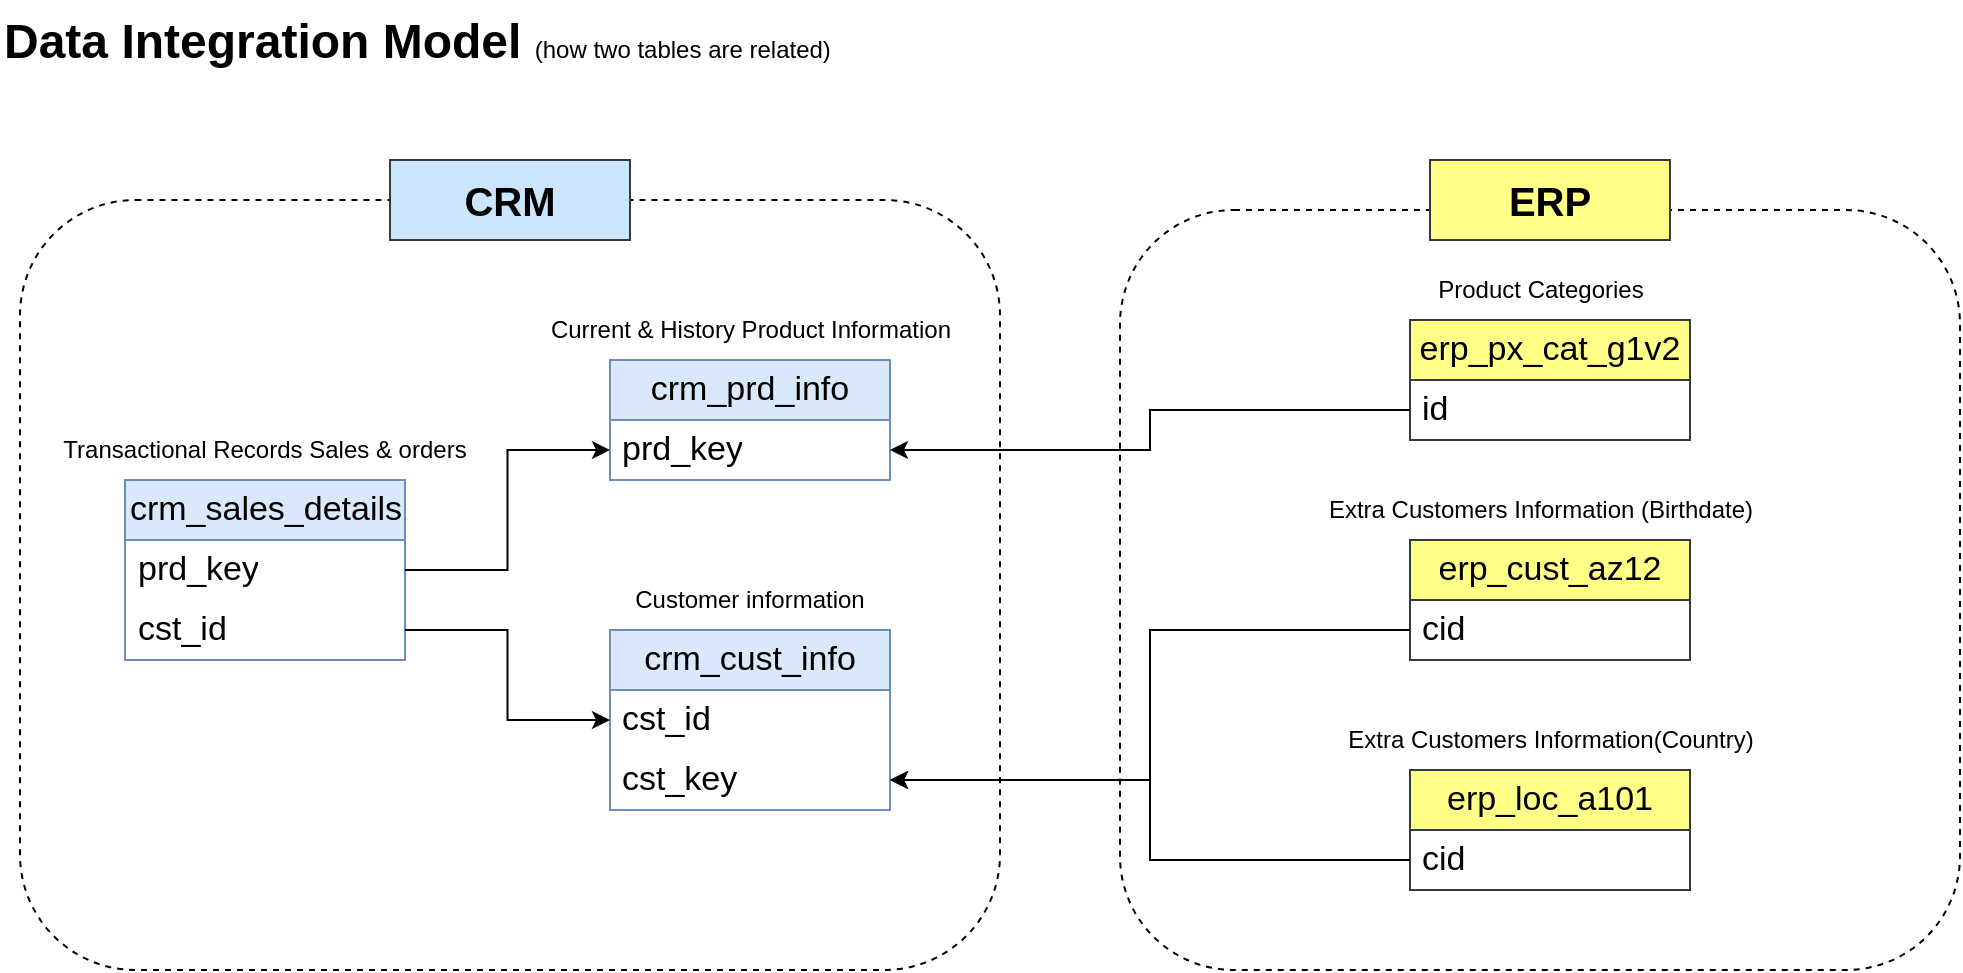
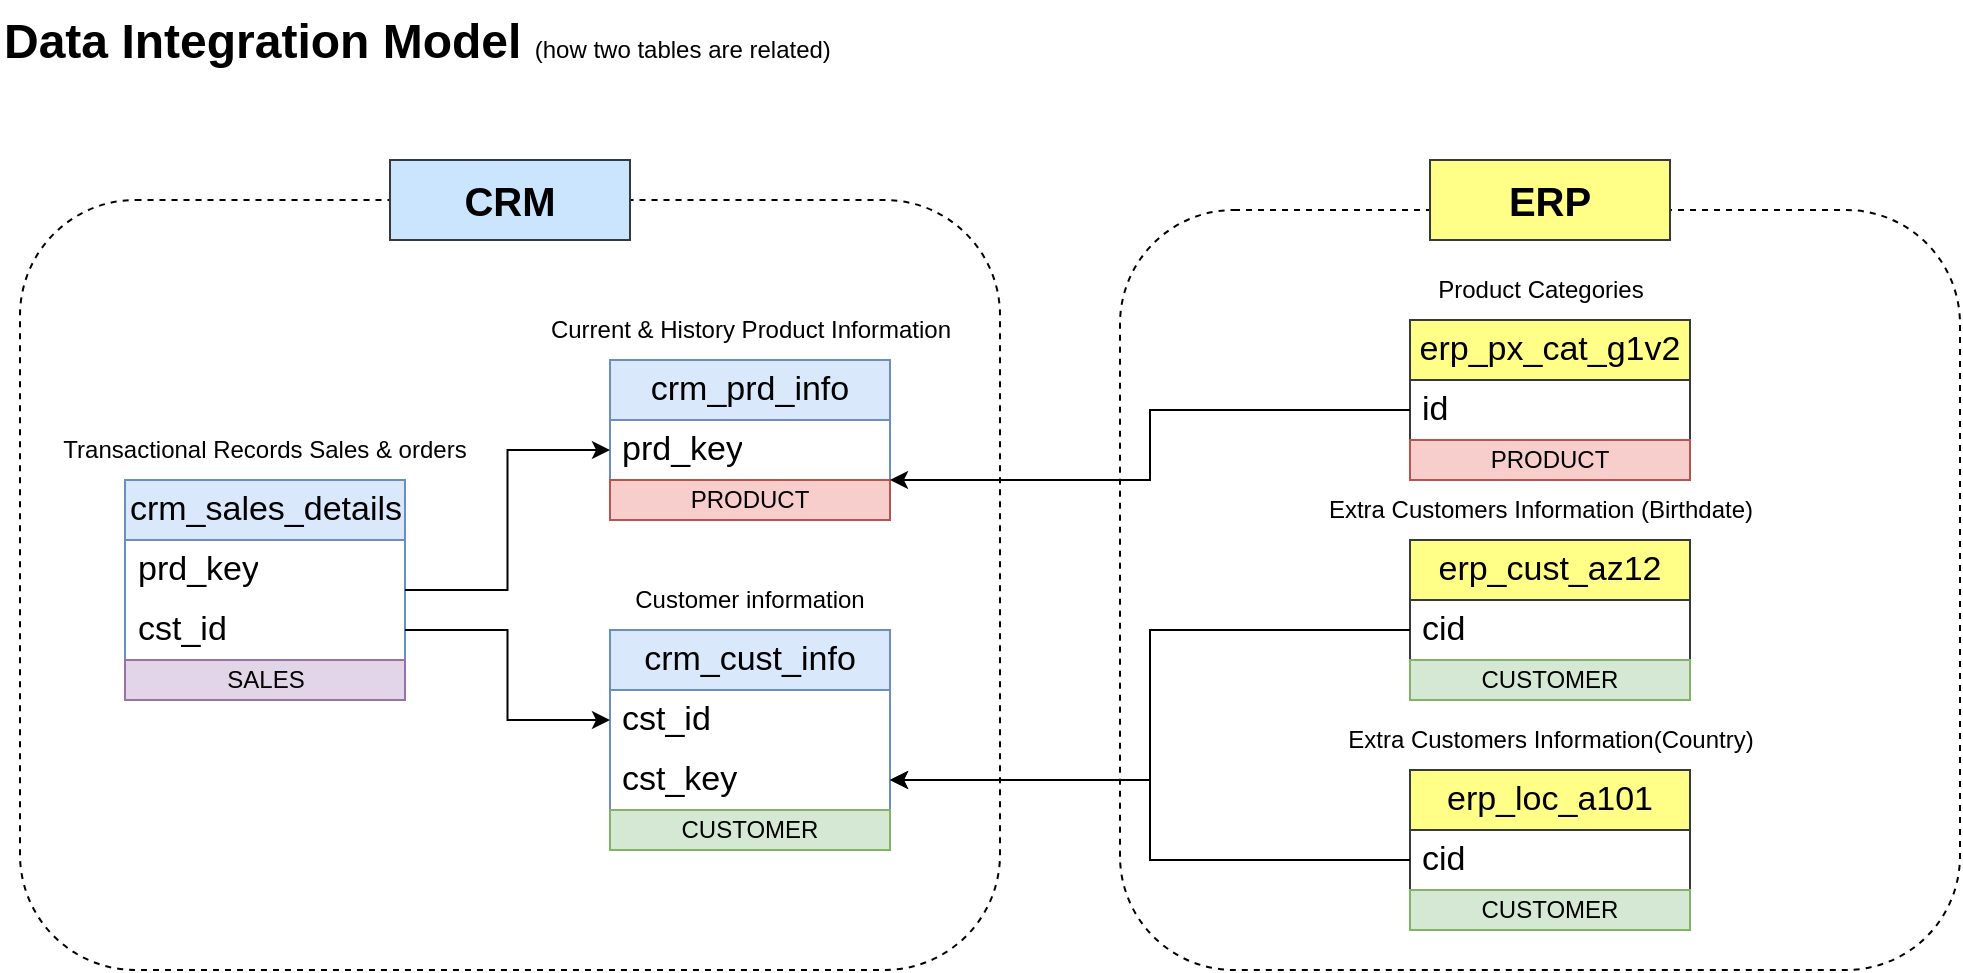
<mxfile host="Electron">
  <diagram name="Page-1" id="11y-1izwtMPqxmLr1ahr">
-     <mxGraphModel dx="1030" dy="634" grid="1" gridSize="10" guides="1" tooltips="1" connect="1" arrows="1" fold="1" page="1" pageScale="1" pageWidth="4681" pageHeight="3300" math="0" shadow="0">
+     <mxGraphModel dx="1018" dy="622" grid="1" gridSize="10" guides="1" tooltips="1" connect="1" arrows="1" fold="1" page="1" pageScale="1" pageWidth="4681" pageHeight="3300" math="0" shadow="0">
      <root>
        <mxCell id="0" />
        <mxCell id="1" parent="0" />
+         <mxCell id="ie8_3-KTdmHoxtUbFFAH-29" parent="1" style="rounded=1;whiteSpace=wrap;html=1;fillColor=none;dashed=1;" value="" vertex="1">
+           <mxGeometry height="385" width="490" x="50" y="130" as="geometry" />
+         </mxCell>
        <mxCell id="ie8_3-KTdmHoxtUbFFAH-31" parent="1" style="rounded=1;whiteSpace=wrap;html=1;fillColor=none;dashed=1;" value="" vertex="1">
          <mxGeometry height="380" width="420" x="600" y="135" as="geometry" />
        </mxCell>
        <mxCell id="ie8_3-KTdmHoxtUbFFAH-1" parent="1" style="text;html=1;overflow=hidden;rounded=0;whiteSpace=wrap;" value="&lt;h1 style=&quot;margin-top: 0px;&quot;&gt;Data Integration Model&amp;nbsp;&lt;span style=&quot;background-color: transparent; color: light-dark(rgb(0, 0, 0), rgb(255, 255, 255)); font-size: 12px; font-weight: normal;&quot;&gt;(how two tables are related)&lt;/span&gt;&lt;/h1&gt;" vertex="1">
          <mxGeometry height="50" width="420" x="40" y="30" as="geometry" />
        </mxCell>
        <mxCell id="ie8_3-KTdmHoxtUbFFAH-2" parent="1" style="swimlane;fontStyle=0;childLayout=stackLayout;horizontal=1;startSize=30;horizontalStack=0;resizeParent=1;resizeParentMax=0;resizeLast=0;collapsible=1;marginBottom=0;whiteSpace=wrap;html=1;fontSize=17;fillColor=#dae8fc;strokeColor=#6c8ebf;" value="crm_cust_info" vertex="1">
-           <mxGeometry height="90" width="140" x="345" y="345" as="geometry" />
+           <mxGeometry height="110" width="140" x="345" y="345" as="geometry" />
        </mxCell>
        <mxCell id="ie8_3-KTdmHoxtUbFFAH-5" parent="ie8_3-KTdmHoxtUbFFAH-2" style="text;strokeColor=none;fillColor=none;align=left;verticalAlign=middle;spacingLeft=4;spacingRight=4;overflow=hidden;points=[[0,0.5],[1,0.5]];portConstraint=eastwest;rotatable=0;whiteSpace=wrap;html=1;fontSize=17;" value="cst_id" vertex="1">
          <mxGeometry height="30" width="140" y="30" as="geometry" />
        </mxCell>
        <mxCell id="ie8_3-KTdmHoxtUbFFAH-19" parent="ie8_3-KTdmHoxtUbFFAH-2" style="text;strokeColor=none;fillColor=none;align=left;verticalAlign=middle;spacingLeft=4;spacingRight=4;overflow=hidden;points=[[0,0.5],[1,0.5]];portConstraint=eastwest;rotatable=0;whiteSpace=wrap;html=1;fontSize=17;" value="cst_key" vertex="1">
          <mxGeometry height="30" width="140" y="60" as="geometry" />
        </mxCell>
+         <mxCell id="lordAoUw4RUoazoxL5Ta-3" parent="ie8_3-KTdmHoxtUbFFAH-2" style="rounded=0;whiteSpace=wrap;html=1;fillColor=#d5e8d4;strokeColor=#82b366;" value="CUSTOMER" vertex="1">
+           <mxGeometry height="20" width="140" y="90" as="geometry" />
+         </mxCell>
        <mxCell id="ie8_3-KTdmHoxtUbFFAH-6" parent="1" style="text;html=1;whiteSpace=wrap;strokeColor=none;fillColor=none;align=center;verticalAlign=middle;rounded=0;" value="Customer information" vertex="1">
          <mxGeometry height="30" width="170" x="330" y="315" as="geometry" />
        </mxCell>
        <mxCell id="ie8_3-KTdmHoxtUbFFAH-7" parent="1" style="swimlane;fontStyle=0;childLayout=stackLayout;horizontal=1;startSize=30;horizontalStack=0;resizeParent=1;resizeParentMax=0;resizeLast=0;collapsible=1;marginBottom=0;whiteSpace=wrap;html=1;fontSize=17;fillColor=#dae8fc;strokeColor=#6c8ebf;" value="crm_prd_info" vertex="1">
-           <mxGeometry height="60" width="140" x="345" y="210" as="geometry" />
+           <mxGeometry height="80" width="140" x="345" y="210" as="geometry" />
        </mxCell>
        <mxCell id="ie8_3-KTdmHoxtUbFFAH-8" parent="ie8_3-KTdmHoxtUbFFAH-7" style="text;strokeColor=none;fillColor=none;align=left;verticalAlign=middle;spacingLeft=4;spacingRight=4;overflow=hidden;points=[[0,0.5],[1,0.5]];portConstraint=eastwest;rotatable=0;whiteSpace=wrap;html=1;fontSize=17;" value="prd_key" vertex="1">
          <mxGeometry height="30" width="140" y="30" as="geometry" />
+         </mxCell>
+         <mxCell id="lordAoUw4RUoazoxL5Ta-1" parent="ie8_3-KTdmHoxtUbFFAH-7" style="rounded=0;whiteSpace=wrap;html=1;fillColor=#f8cecc;strokeColor=#b85450;" value="PRODUCT" vertex="1">
+           <mxGeometry height="20" width="140" y="60" as="geometry" />
        </mxCell>
        <mxCell id="ie8_3-KTdmHoxtUbFFAH-9" parent="1" style="text;html=1;whiteSpace=wrap;strokeColor=none;fillColor=none;align=center;verticalAlign=middle;rounded=0;" value="Current &amp;amp; History Product Information" vertex="1">
          <mxGeometry height="30" width="205" x="312.5" y="180" as="geometry" />
        </mxCell>
        <mxCell id="ie8_3-KTdmHoxtUbFFAH-10" parent="1" style="swimlane;fontStyle=0;childLayout=stackLayout;horizontal=1;startSize=30;horizontalStack=0;resizeParent=1;resizeParentMax=0;resizeLast=0;collapsible=1;marginBottom=0;whiteSpace=wrap;html=1;fontSize=17;fillColor=#dae8fc;strokeColor=#6c8ebf;" value="crm_sales_details" vertex="1">
-           <mxGeometry height="90" width="140" x="102.5" y="270" as="geometry" />
+           <mxGeometry height="110" width="140" x="102.5" y="270" as="geometry" />
        </mxCell>
        <mxCell id="ie8_3-KTdmHoxtUbFFAH-11" parent="ie8_3-KTdmHoxtUbFFAH-10" style="text;strokeColor=none;fillColor=none;align=left;verticalAlign=middle;spacingLeft=4;spacingRight=4;overflow=hidden;points=[[0,0.5],[1,0.5]];portConstraint=eastwest;rotatable=0;whiteSpace=wrap;html=1;fontSize=17;" value="prd_key" vertex="1">
          <mxGeometry height="30" width="140" y="30" as="geometry" />
        </mxCell>
        <mxCell id="ie8_3-KTdmHoxtUbFFAH-13" parent="ie8_3-KTdmHoxtUbFFAH-10" style="text;strokeColor=none;fillColor=none;align=left;verticalAlign=middle;spacingLeft=4;spacingRight=4;overflow=hidden;points=[[0,0.5],[1,0.5]];portConstraint=eastwest;rotatable=0;whiteSpace=wrap;html=1;fontSize=17;" value="cst_id" vertex="1">
          <mxGeometry height="30" width="140" y="60" as="geometry" />
+         </mxCell>
+         <mxCell id="lordAoUw4RUoazoxL5Ta-6" parent="ie8_3-KTdmHoxtUbFFAH-10" style="rounded=0;whiteSpace=wrap;html=1;fillColor=#e1d5e7;strokeColor=#9673a6;" value="SALES" vertex="1">
+           <mxGeometry height="20" width="140" y="90" as="geometry" />
        </mxCell>
        <mxCell id="ie8_3-KTdmHoxtUbFFAH-12" parent="1" style="text;html=1;whiteSpace=wrap;strokeColor=none;fillColor=none;align=center;verticalAlign=middle;rounded=0;" value="Transactional Records Sales &amp;amp; orders" vertex="1">
          <mxGeometry height="30" width="205" x="70" y="240" as="geometry" />
        </mxCell>
        <mxCell id="ie8_3-KTdmHoxtUbFFAH-14" edge="1" parent="1" source="ie8_3-KTdmHoxtUbFFAH-13" style="edgeStyle=orthogonalEdgeStyle;rounded=0;orthogonalLoop=1;jettySize=auto;html=1;entryX=0;entryY=0.5;entryDx=0;entryDy=0;" target="ie8_3-KTdmHoxtUbFFAH-5">
          <mxGeometry relative="1" as="geometry">
            <mxPoint x="310" y="280" as="targetPoint" />
          </mxGeometry>
        </mxCell>
        <mxCell id="ie8_3-KTdmHoxtUbFFAH-15" edge="1" parent="1" source="ie8_3-KTdmHoxtUbFFAH-10" style="edgeStyle=orthogonalEdgeStyle;rounded=0;orthogonalLoop=1;jettySize=auto;html=1;entryX=0;entryY=0.5;entryDx=0;entryDy=0;" target="ie8_3-KTdmHoxtUbFFAH-8">
          <mxGeometry relative="1" as="geometry" />
        </mxCell>
        <mxCell id="ie8_3-KTdmHoxtUbFFAH-16" parent="1" style="swimlane;fontStyle=0;childLayout=stackLayout;horizontal=1;startSize=30;horizontalStack=0;resizeParent=1;resizeParentMax=0;resizeLast=0;collapsible=1;marginBottom=0;whiteSpace=wrap;html=1;fontSize=17;fillColor=#ffff88;strokeColor=#36393d;" value="erp_cust_az12" vertex="1">
-           <mxGeometry height="60" width="140" x="745" y="300" as="geometry" />
+           <mxGeometry height="80" width="140" x="745" y="300" as="geometry" />
        </mxCell>
        <mxCell id="ie8_3-KTdmHoxtUbFFAH-17" parent="ie8_3-KTdmHoxtUbFFAH-16" style="text;align=left;verticalAlign=middle;spacingLeft=4;spacingRight=4;overflow=hidden;points=[[0,0.5],[1,0.5]];portConstraint=eastwest;rotatable=0;whiteSpace=wrap;html=1;fontSize=17;" value="cid" vertex="1">
          <mxGeometry height="30" width="140" y="30" as="geometry" />
+         </mxCell>
+         <mxCell id="lordAoUw4RUoazoxL5Ta-4" parent="ie8_3-KTdmHoxtUbFFAH-16" style="rounded=0;whiteSpace=wrap;html=1;fillColor=#d5e8d4;strokeColor=#82b366;" value="CUSTOMER" vertex="1">
+           <mxGeometry height="20" width="140" y="60" as="geometry" />
        </mxCell>
        <mxCell id="ie8_3-KTdmHoxtUbFFAH-18" parent="1" style="text;html=1;whiteSpace=wrap;strokeColor=none;fillColor=none;align=center;verticalAlign=middle;rounded=0;" value="Extra Customers Information (Birthdate)" vertex="1">
          <mxGeometry height="30" width="215" x="702.5" y="270" as="geometry" />
        </mxCell>
        <mxCell id="ie8_3-KTdmHoxtUbFFAH-20" edge="1" parent="1" source="ie8_3-KTdmHoxtUbFFAH-17" style="edgeStyle=orthogonalEdgeStyle;rounded=0;orthogonalLoop=1;jettySize=auto;html=1;entryX=1;entryY=0.5;entryDx=0;entryDy=0;" target="ie8_3-KTdmHoxtUbFFAH-19">
          <mxGeometry relative="1" as="geometry" />
        </mxCell>
        <mxCell id="ie8_3-KTdmHoxtUbFFAH-21" parent="1" style="swimlane;fontStyle=0;childLayout=stackLayout;horizontal=1;startSize=30;horizontalStack=0;resizeParent=1;resizeParentMax=0;resizeLast=0;collapsible=1;marginBottom=0;whiteSpace=wrap;html=1;fontSize=17;fillColor=#ffff88;strokeColor=#36393d;" value="erp_loc_a101" vertex="1">
-           <mxGeometry height="60" width="140" x="745" y="415" as="geometry" />
+           <mxGeometry height="80" width="140" x="745" y="415" as="geometry" />
        </mxCell>
        <mxCell id="ie8_3-KTdmHoxtUbFFAH-22" parent="ie8_3-KTdmHoxtUbFFAH-21" style="text;strokeColor=none;fillColor=none;align=left;verticalAlign=middle;spacingLeft=4;spacingRight=4;overflow=hidden;points=[[0,0.5],[1,0.5]];portConstraint=eastwest;rotatable=0;whiteSpace=wrap;html=1;fontSize=17;" value="cid" vertex="1">
          <mxGeometry height="30" width="140" y="30" as="geometry" />
+         </mxCell>
+         <mxCell id="lordAoUw4RUoazoxL5Ta-5" parent="ie8_3-KTdmHoxtUbFFAH-21" style="rounded=0;whiteSpace=wrap;html=1;fillColor=#d5e8d4;strokeColor=#82b366;" value="CUSTOMER" vertex="1">
+           <mxGeometry height="20" width="140" y="60" as="geometry" />
        </mxCell>
        <mxCell id="ie8_3-KTdmHoxtUbFFAH-23" parent="1" style="text;html=1;whiteSpace=wrap;strokeColor=none;fillColor=none;align=center;verticalAlign=middle;rounded=0;" value="Extra Customers Information(Country)" vertex="1">
          <mxGeometry height="30" width="205" x="712.5" y="385" as="geometry" />
        </mxCell>
        <mxCell id="ie8_3-KTdmHoxtUbFFAH-24" edge="1" parent="1" source="ie8_3-KTdmHoxtUbFFAH-22" style="edgeStyle=orthogonalEdgeStyle;rounded=0;orthogonalLoop=1;jettySize=auto;html=1;entryX=1;entryY=0.5;entryDx=0;entryDy=0;" target="ie8_3-KTdmHoxtUbFFAH-19">
          <mxGeometry relative="1" as="geometry" />
        </mxCell>
        <mxCell id="ie8_3-KTdmHoxtUbFFAH-25" parent="1" style="swimlane;fontStyle=0;childLayout=stackLayout;horizontal=1;startSize=30;horizontalStack=0;resizeParent=1;resizeParentMax=0;resizeLast=0;collapsible=1;marginBottom=0;whiteSpace=wrap;html=1;fontSize=17;fillColor=#ffff88;strokeColor=#36393d;" value="erp_px_cat_g1v2" vertex="1">
-           <mxGeometry height="60" width="140" x="745" y="190" as="geometry" />
+           <mxGeometry height="80" width="140" x="745" y="190" as="geometry" />
        </mxCell>
        <mxCell id="ie8_3-KTdmHoxtUbFFAH-26" parent="ie8_3-KTdmHoxtUbFFAH-25" style="text;strokeColor=none;fillColor=none;align=left;verticalAlign=middle;spacingLeft=4;spacingRight=4;overflow=hidden;points=[[0,0.5],[1,0.5]];portConstraint=eastwest;rotatable=0;whiteSpace=wrap;html=1;fontSize=17;" value="id" vertex="1">
          <mxGeometry height="30" width="140" y="30" as="geometry" />
+         </mxCell>
+         <mxCell id="lordAoUw4RUoazoxL5Ta-2" parent="ie8_3-KTdmHoxtUbFFAH-25" style="rounded=0;whiteSpace=wrap;html=1;fillColor=#f8cecc;strokeColor=#b85450;" value="PRODUCT" vertex="1">
+           <mxGeometry height="20" width="140" y="60" as="geometry" />
        </mxCell>
        <mxCell id="ie8_3-KTdmHoxtUbFFAH-27" parent="1" style="text;html=1;whiteSpace=wrap;strokeColor=none;fillColor=none;align=center;verticalAlign=middle;rounded=0;" value="Product Categories" vertex="1">
          <mxGeometry height="30" width="215" x="702.5" y="160" as="geometry" />
        </mxCell>
        <mxCell id="ie8_3-KTdmHoxtUbFFAH-28" edge="1" parent="1" source="ie8_3-KTdmHoxtUbFFAH-26" style="edgeStyle=orthogonalEdgeStyle;rounded=0;orthogonalLoop=1;jettySize=auto;html=1;entryX=1;entryY=0.75;entryDx=0;entryDy=0;" target="ie8_3-KTdmHoxtUbFFAH-7">
          <mxGeometry relative="1" as="geometry" />
-         </mxCell>
-         <mxCell id="ie8_3-KTdmHoxtUbFFAH-29" parent="1" style="rounded=1;whiteSpace=wrap;html=1;fillColor=none;dashed=1;" value="" vertex="1">
-           <mxGeometry height="385" width="490" x="50" y="130" as="geometry" />
        </mxCell>
        <mxCell id="ie8_3-KTdmHoxtUbFFAH-30" parent="1" style="rounded=0;whiteSpace=wrap;html=1;fillColor=#cce5ff;fontStyle=1;fontSize=20;strokeColor=#36393d;" value="CRM" vertex="1">
          <mxGeometry height="40" width="120" x="235" y="110" as="geometry" />
        </mxCell>
        <mxCell id="ie8_3-KTdmHoxtUbFFAH-32" parent="1" style="rounded=0;whiteSpace=wrap;html=1;fillColor=#ffff88;fontStyle=1;fontSize=20;strokeColor=#36393d;" value="ERP" vertex="1">
          <mxGeometry height="40" width="120" x="755" y="110" as="geometry" />
        </mxCell>
      </root>
    </mxGraphModel>
  </diagram>
</mxfile>
